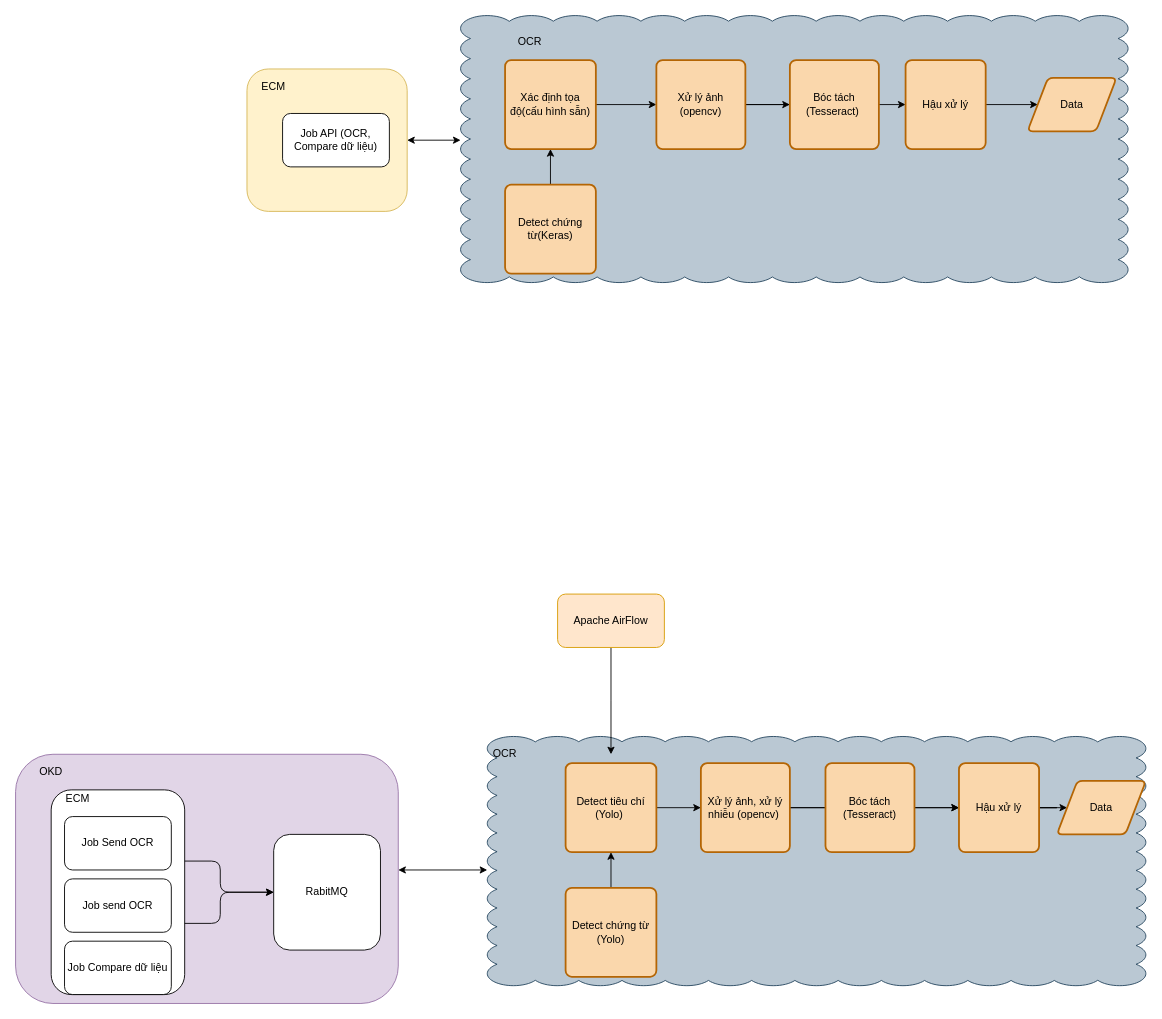
Above: Untitled Diagram.drawio in chuyendq9x/adm (draw.io), before the change. Source tidied: cells renumbered, new cells numbered last; positions are measured from the earlier drawing's top-left corner, leaving out a move shared by most shapes. Both pictures are drawn from the tidied source at 89%, with x=0, y=0 at pixel (15, 15).
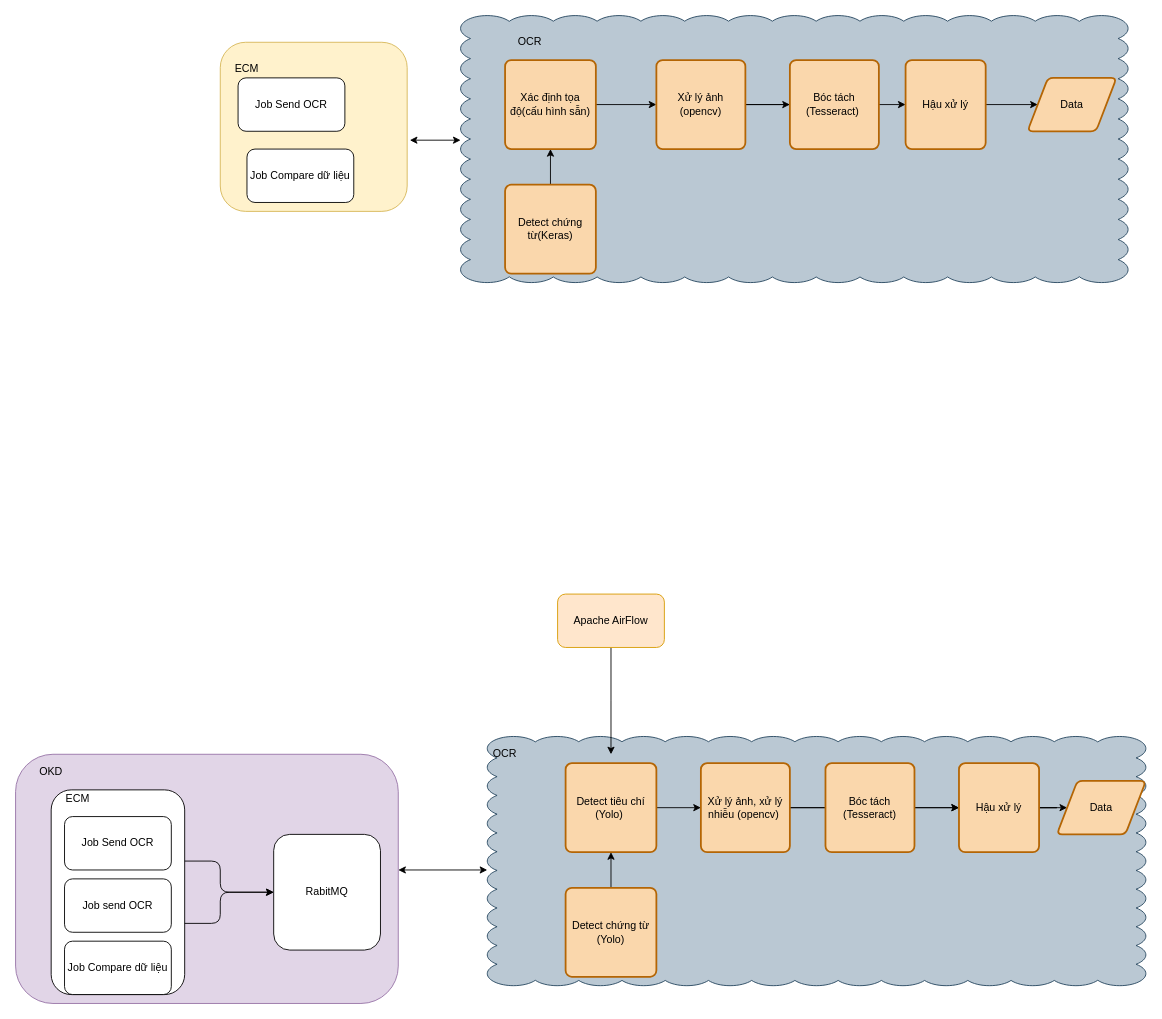
The same page after the edit.

Diff of the diagram source:
```diff
@@
     <mxCell id="3" style="rounded=1;whiteSpace=wrap;html=1;fillColor=#fff2cc;strokeColor=#d6b656;" parent="1" vertex="1">
-      <mxGeometry x="260" y="60" width="180" height="160" as="geometry" />
+      <mxGeometry x="230" y="30" width="210" height="190" as="geometry" />
     </mxCell>
@@
-    <mxCell id="31" value="Job API (OCR, Compare dữ liệu)" style="rounded=1;whiteSpace=wrap;html=1;" parent="1" vertex="1">
-      <mxGeometry x="300" y="110" width="120" height="60" as="geometry" />
-    </mxCell>
-    <mxCell id="32" style="endArrow=classic;startArrow=classic;html=1;exitX=1;exitY=0.5;exitDx=0;exitDy=0;exitPerimeter=0;" parent="1" edge="1" source="3">
+    <mxCell id="32" style="endArrow=classic;startArrow=classic;html=1;" parent="1" edge="1">
       <mxGeometry relative="1" as="geometry">
+        <mxPoint x="443" y="140" as="sourcePoint" />
         <mxPoint x="500" y="140" as="targetPoint" />
       </mxGeometry>
     </mxCell>
@@
     <mxCell id="35" value="ECM" style="text;html=1;strokeColor=none;fillColor=none;align=center;verticalAlign=middle;whiteSpace=wrap;rounded=0;" parent="1" vertex="1">
-      <mxGeometry x="270" y="70" width="40" height="20" as="geometry" />
+      <mxGeometry x="240" y="50" width="40" height="20" as="geometry" />
     </mxCell>
@@
+    <mxCell id="46" value="Job Send OCR" style="rounded=1;whiteSpace=wrap;html=1;" parent="1" vertex="1">
+      <mxGeometry x="250" y="70" width="120" height="60" as="geometry" />
+    </mxCell>
+    <mxCell id="47" value="Job Compare dữ liệu" style="rounded=1;whiteSpace=wrap;html=1;" parent="1" vertex="1">
+      <mxGeometry x="260" y="150" width="120" height="60" as="geometry" />
+    </mxCell>
```
